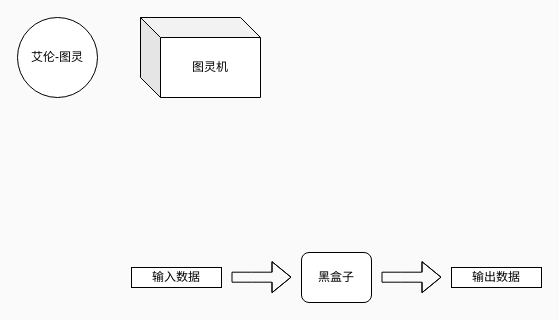
The draw.io diagram 未命名绘图.drawio in Yikuanzz/ComputerLeraning, before the edit. Source tidied: cells renumbered, new cells numbered last; positions are measured from the earlier drawing's top-left corner, leaving out a move shared by most shapes. Both pictures are drawn from the tidied source at 100%, with x=0, y=0 at pixel (17, 17).
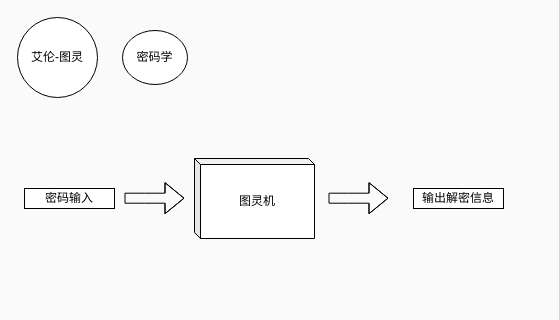
After the change.

Commit message (it also covers changes not shown here):
更新未命名绘图.drawio

Change to the diagram source:
```diff
@@
 <mxGraphModel background="#FAFAFA">
   <root>
     <mxCell id="0" />
     <mxCell id="1" parent="0" />
-    <mxCell id="2" value="黑盒子" style="rounded=1;whiteSpace=wrap;html=1;" parent="1" vertex="1">
-      <mxGeometry x="284" y="235" width="70" height="50" as="geometry" />
-    </mxCell>
-    <mxCell id="3" value="输入数据" style="rounded=0;whiteSpace=wrap;html=1;" parent="1" vertex="1">
-      <mxGeometry x="114" y="250" width="90" height="20" as="geometry" />
+    <mxCell id="3" value="密码输入" style="rounded=0;whiteSpace=wrap;html=1;" parent="1" vertex="1">
+      <mxGeometry x="7" y="171" width="90" height="20" as="geometry" />
     </mxCell>
-    <mxCell id="4" value="输出数据" style="rounded=0;whiteSpace=wrap;html=1;" parent="1" vertex="1">
-      <mxGeometry x="434" y="250" width="90" height="20" as="geometry" />
+    <mxCell id="4" value="输出解密信息" style="rounded=0;whiteSpace=wrap;html=1;" parent="1" vertex="1">
+      <mxGeometry x="396" y="171" width="90" height="20" as="geometry" />
     </mxCell>
     <mxCell id="5" style="shape=flexArrow;endArrow=classic;html=1;rounded=0;" parent="1" edge="1">
       <mxGeometry relative="1" as="geometry">
-        <mxPoint x="214" y="259.7" as="sourcePoint" />
-        <mxPoint x="274" y="259.7" as="targetPoint" />
+        <mxPoint x="107" y="180.7" as="sourcePoint" />
+        <mxPoint x="167" y="180.7" as="targetPoint" />
         <Array as="points">
-          <mxPoint x="234" y="259.7" />
-          <mxPoint x="254" y="259.7" />
+          <mxPoint x="127" y="180.7" />
+          <mxPoint x="147" y="180.7" />
         </Array>
       </mxGeometry>
     </mxCell>
     <mxCell id="6" style="shape=flexArrow;endArrow=classic;html=1;rounded=0;" parent="1" edge="1">
       <mxGeometry relative="1" as="geometry">
-        <mxPoint x="364" y="259.7" as="sourcePoint" />
-        <mxPoint x="424" y="259.7" as="targetPoint" />
+        <mxPoint x="311" y="180.7" as="sourcePoint" />
+        <mxPoint x="371" y="180.7" as="targetPoint" />
         <Array as="points">
-          <mxPoint x="384" y="259.7" />
-          <mxPoint x="404" y="259.7" />
+          <mxPoint x="331" y="180.7" />
+          <mxPoint x="351" y="180.7" />
         </Array>
       </mxGeometry>
     </mxCell>
     <mxCell id="7" value="艾伦-图灵" style="ellipse;whiteSpace=wrap;html=1;" parent="1" vertex="1">
       <mxGeometry width="80" height="80" as="geometry" />
     </mxCell>
-    <mxCell id="8" value="图灵机" style="shape=cube;whiteSpace=wrap;html=1;boundedLbl=1;backgroundOutline=1;darkOpacity=0.05;darkOpacity2=0.1;" parent="1" vertex="1">
-      <mxGeometry x="123" width="120" height="80" as="geometry" />
+    <mxCell id="8" value="图灵机" style="shape=cube;whiteSpace=wrap;html=1;boundedLbl=1;backgroundOutline=1;darkOpacity=0.05;darkOpacity2=0.1;size=6;" parent="1" vertex="1">
+      <mxGeometry x="177" y="141" width="120" height="80" as="geometry" />
     </mxCell>
+    <mxCell id="9" value="密码学" style="ellipse;whiteSpace=wrap;html=1;" parent="1" vertex="1">
+      <mxGeometry x="105" y="13" width="65" height="54" as="geometry" />
+    </mxCell>
   </root>
 </mxGraphModel>
```
